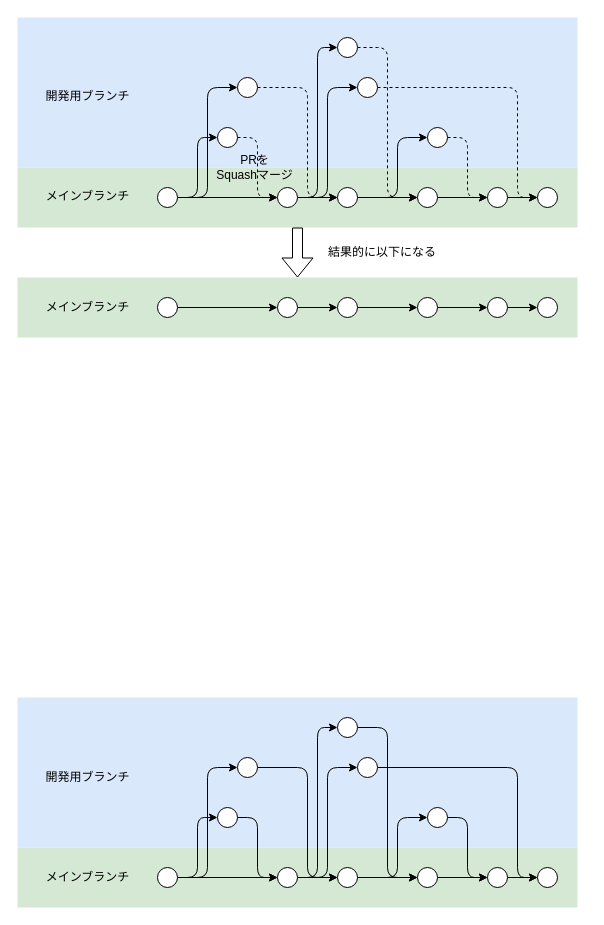
Above: images/mobile-trunk-based-release-strategy/development-flow.drawio in shotaIDE/zenn (draw.io), before the change. Source tidied: cells renumbered, new cells numbered last; positions are measured from the earlier drawing's top-left corner, leaving out a move shared by most shapes. Both pictures are drawn from the tidied source at 100%, with x=0, y=0 at pixel (17, 17).
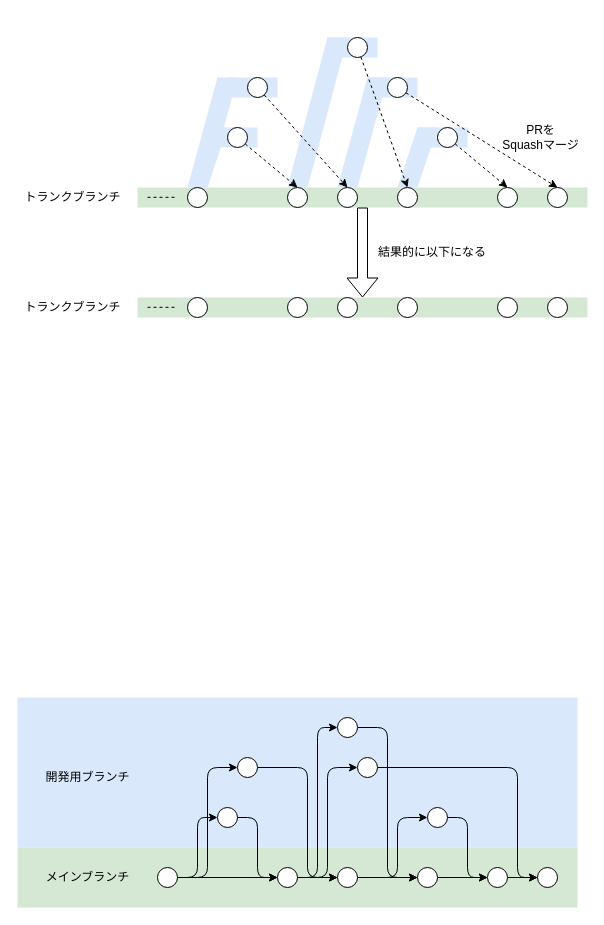
The same page after the edit.

The change refers to these unchanged cells:
```xml
<mxCell id="26" style="ellipse;whiteSpace=wrap;html=1;" parent="1" vertex="1">
  <mxGeometry x="320" y="170" width="20" height="20" as="geometry" />
</mxCell>
<mxCell id="70" style="ellipse;whiteSpace=wrap;html=1;" parent="1" vertex="1">
  <mxGeometry x="320" y="280" width="20" height="20" as="geometry" />
</mxCell>
```

Change to the diagram source:
```diff
@@
+    <mxCell id="3" style="rounded=0;whiteSpace=wrap;html=1;fillColor=#d5e8d4;strokeColor=none;" parent="1" vertex="1">
+      <mxGeometry x="120" y="170" width="450" height="20" as="geometry" />
+    </mxCell>
+    <mxCell id="78" style="group;" parent="1" vertex="1">
+      <mxGeometry x="380" y="110" width="70" height="60" as="geometry" />
+    </mxCell>
+    <mxCell id="79" style="rounded=0;whiteSpace=wrap;html=1;fillColor=#dae8fc;strokeColor=none;" parent="78" vertex="1">
+      <mxGeometry x="20" width="50" height="20" as="geometry" />
+    </mxCell>
+    <mxCell id="80" style="shape=parallelogram;perimeter=parallelogramPerimeter;whiteSpace=wrap;html=1;fixedSize=1;fillColor=#dae8fc;strokeColor=none;" parent="78" vertex="1">
+      <mxGeometry width="40" height="60" as="geometry" />
+    </mxCell>
+    <mxCell id="81" style="group;" parent="1" vertex="1">
+      <mxGeometry x="320" y="60" width="80" height="110" as="geometry" />
+    </mxCell>
+    <mxCell id="82" style="rounded=0;whiteSpace=wrap;html=1;fillColor=#dae8fc;strokeColor=none;" parent="81" vertex="1">
+      <mxGeometry x="30" width="50" height="20" as="geometry" />
+    </mxCell>
+    <mxCell id="83" style="shape=parallelogram;perimeter=parallelogramPerimeter;whiteSpace=wrap;html=1;fixedSize=1;fillColor=#dae8fc;strokeColor=none;size=30;" parent="81" vertex="1">
+      <mxGeometry width="50" height="110" as="geometry" />
+    </mxCell>
+    <mxCell id="84" style="group;" parent="1" vertex="1">
+      <mxGeometry x="270" y="20" width="90" height="150" as="geometry" />
+    </mxCell>
+    <mxCell id="85" style="rounded=0;whiteSpace=wrap;html=1;fillColor=#dae8fc;strokeColor=none;" parent="84" vertex="1">
+      <mxGeometry x="40" width="50" height="20" as="geometry" />
+    </mxCell>
+    <mxCell id="86" style="shape=parallelogram;perimeter=parallelogramPerimeter;whiteSpace=wrap;html=1;fixedSize=1;fillColor=#dae8fc;strokeColor=none;size=40;" parent="84" vertex="1">
+      <mxGeometry width="60" height="150" as="geometry" />
+    </mxCell>
+    <mxCell id="87" style="group;" parent="1" vertex="1">
+      <mxGeometry x="170" y="110" width="70" height="60" as="geometry" />
+    </mxCell>
-    <mxCell id="2" style="rounded=0;whiteSpace=wrap;html=1;fillColor=#dae8fc;strokeColor=none;" parent="1" vertex="1">
-      <mxGeometry width="560" height="150" as="geometry" />
+    <mxCell id="2" style="rounded=0;whiteSpace=wrap;html=1;fillColor=#dae8fc;strokeColor=none;" parent="87" vertex="1">
+      <mxGeometry x="20" width="50" height="20" as="geometry" />
     </mxCell>
-    <mxCell id="3" style="rounded=0;whiteSpace=wrap;html=1;fillColor=#d5e8d4;strokeColor=none;" parent="1" vertex="1">
-      <mxGeometry y="150" width="560" height="60" as="geometry" />
-    </mxCell>
-    <mxCell id="4" style="edgeStyle=orthogonalEdgeStyle;rounded=0;jettySize=auto;html=1;entryX=0;entryY=0.5;entryDx=0;entryDy=0;" parent="1" edge="1" source="7" target="13">
-      <mxGeometry relative="1" as="geometry" />
-    </mxCell>
-    <mxCell id="5" style="edgeStyle=orthogonalEdgeStyle;rounded=1;jettySize=auto;html=1;entryX=0;entryY=0.5;entryDx=0;entryDy=0;curved=0;" parent="1" edge="1" source="7" target="9">
-      <mxGeometry relative="1" as="geometry" />
-    </mxCell>
-    <mxCell id="6" style="edgeStyle=orthogonalEdgeStyle;rounded=1;jettySize=auto;html=1;entryX=0;entryY=0.5;entryDx=0;entryDy=0;curved=0;" parent="1" edge="1" source="7" target="19">
-      <mxGeometry relative="1" as="geometry" />
-    </mxCell>
+    <mxCell id="88" style="shape=parallelogram;perimeter=parallelogramPerimeter;whiteSpace=wrap;html=1;fixedSize=1;fillColor=#dae8fc;strokeColor=none;" parent="87" vertex="1">
+      <mxGeometry width="40" height="60" as="geometry" />
+    </mxCell>
+    <mxCell id="89" style="group;" parent="1" vertex="1">
+      <mxGeometry x="170" y="60" width="90" height="110" as="geometry" />
+    </mxCell>
+    <mxCell id="90" style="rounded=0;whiteSpace=wrap;html=1;fillColor=#dae8fc;strokeColor=none;" parent="89" vertex="1">
+      <mxGeometry x="40" width="50" height="20" as="geometry" />
+    </mxCell>
+    <mxCell id="91" style="shape=parallelogram;perimeter=parallelogramPerimeter;whiteSpace=wrap;html=1;fixedSize=1;fillColor=#dae8fc;strokeColor=none;size=30;" parent="89" vertex="1">
+      <mxGeometry width="50" height="110" as="geometry" />
+    </mxCell>
     <mxCell id="7" style="ellipse;whiteSpace=wrap;html=1;" parent="1" vertex="1">
-      <mxGeometry x="140" y="170" width="20" height="20" as="geometry" />
+      <mxGeometry x="170" y="170" width="20" height="20" as="geometry" />
     </mxCell>
-    <mxCell id="8" style="edgeStyle=orthogonalEdgeStyle;rounded=1;jettySize=auto;html=1;entryX=0;entryY=0.5;entryDx=0;entryDy=0;curved=0;dashed=1;" parent="1" edge="1" source="9" target="13">
+    <mxCell id="8" style="rounded=0;jettySize=auto;html=1;entryX=0.5;entryY=0;entryDx=0;entryDy=0;dashed=1;" parent="1" edge="1" source="9" target="13">
       <mxGeometry relative="1" as="geometry" />
     </mxCell>
     <mxCell id="9" style="ellipse;whiteSpace=wrap;html=1;" parent="1" vertex="1">
-      <mxGeometry x="200" y="110" width="20" height="20" as="geometry" />
+      <mxGeometry x="210" y="110" width="20" height="20" as="geometry" />
     </mxCell>
-    <mxCell id="10" style="edgeStyle=orthogonalEdgeStyle;rounded=1;jettySize=auto;html=1;entryX=0;entryY=0.5;entryDx=0;entryDy=0;curved=0;" parent="1" edge="1" source="13" target="21">
-      <mxGeometry relative="1" as="geometry" />
-    </mxCell>
-    <mxCell id="11" style="edgeStyle=orthogonalEdgeStyle;rounded=0;jettySize=auto;html=1;entryX=0;entryY=0.5;entryDx=0;entryDy=0;" parent="1" edge="1" source="13" target="26">
-      <mxGeometry relative="1" as="geometry" />
-    </mxCell>
-    <mxCell id="12" style="edgeStyle=orthogonalEdgeStyle;rounded=1;jettySize=auto;html=1;entryX=0;entryY=0.5;entryDx=0;entryDy=0;curved=0;" parent="1" edge="1" source="13" target="28">
-      <mxGeometry relative="1" as="geometry" />
-    </mxCell>
     <mxCell id="13" style="ellipse;whiteSpace=wrap;html=1;" parent="1" vertex="1">
-      <mxGeometry x="260" y="170" width="20" height="20" as="geometry" />
+      <mxGeometry x="270" y="170" width="20" height="20" as="geometry" />
     </mxCell>
-    <mxCell id="14" style="edgeStyle=orthogonalEdgeStyle;rounded=0;jettySize=auto;html=1;" parent="1" edge="1" source="15" target="17">
-      <mxGeometry relative="1" as="geometry" />
-    </mxCell>
     <mxCell id="15" style="ellipse;whiteSpace=wrap;html=1;" parent="1" vertex="1">
-      <mxGeometry x="400" y="170" width="20" height="20" as="geometry" />
+      <mxGeometry x="380" y="170" width="20" height="20" as="geometry" />
     </mxCell>
-    <mxCell id="16" style="edgeStyle=orthogonalEdgeStyle;rounded=0;jettySize=auto;html=1;" parent="1" edge="1" source="17" target="29">
-      <mxGeometry relative="1" as="geometry" />
-    </mxCell>
     <mxCell id="17" style="ellipse;whiteSpace=wrap;html=1;" parent="1" vertex="1">
-      <mxGeometry x="470" y="170" width="20" height="20" as="geometry" />
+      <mxGeometry x="480" y="170" width="20" height="20" as="geometry" />
     </mxCell>
-    <mxCell id="18" style="edgeStyle=orthogonalEdgeStyle;rounded=1;jettySize=auto;html=1;entryX=0;entryY=0.5;entryDx=0;entryDy=0;curved=0;dashed=1;" parent="1" edge="1" source="19" target="26">
-      <mxGeometry relative="1" as="geometry">
-        <Array as="points">
-          <mxPoint x="290" y="70" />
-          <mxPoint x="290" y="180" />
-        </Array>
-      </mxGeometry>
+    <mxCell id="18" style="rounded=1;jettySize=auto;html=1;entryX=0.5;entryY=0;entryDx=0;entryDy=0;dashed=1;" parent="1" edge="1" source="19" target="26">
+      <mxGeometry relative="1" as="geometry" />
     </mxCell>
     <mxCell id="19" style="ellipse;whiteSpace=wrap;html=1;" parent="1" vertex="1">
-      <mxGeometry x="220" y="60" width="20" height="20" as="geometry" />
+      <mxGeometry x="230" y="60" width="20" height="20" as="geometry" />
     </mxCell>
-    <mxCell id="20" style="edgeStyle=orthogonalEdgeStyle;rounded=1;jettySize=auto;html=1;entryX=0;entryY=0.5;entryDx=0;entryDy=0;curved=0;dashed=1;" parent="1" edge="1" source="21" target="15">
-      <mxGeometry relative="1" as="geometry" />
-    </mxCell>
     <mxCell id="21" style="ellipse;whiteSpace=wrap;html=1;" parent="1" vertex="1">
-      <mxGeometry x="320" y="20" width="20" height="20" as="geometry" />
+      <mxGeometry x="330" y="20" width="20" height="20" as="geometry" />
     </mxCell>
-    <mxCell id="22" style="edgeStyle=orthogonalEdgeStyle;rounded=1;jettySize=auto;html=1;entryX=0;entryY=0.5;entryDx=0;entryDy=0;curved=0;dashed=1;" parent="1" edge="1" source="23" target="17">
+    <mxCell id="22" style="rounded=1;jettySize=auto;html=1;entryX=0.5;entryY=0;entryDx=0;entryDy=0;dashed=1;" parent="1" edge="1" source="23" target="17">
       <mxGeometry relative="1" as="geometry" />
     </mxCell>
     <mxCell id="23" style="ellipse;whiteSpace=wrap;html=1;" parent="1" vertex="1">
-      <mxGeometry x="410" y="110" width="20" height="20" as="geometry" />
+      <mxGeometry x="420" y="110" width="20" height="20" as="geometry" />
     </mxCell>
-    <mxCell id="24" style="edgeStyle=orthogonalEdgeStyle;rounded=1;jettySize=auto;html=1;entryX=0;entryY=0.5;entryDx=0;entryDy=0;curved=0;" parent="1" edge="1" source="26" target="23">
-      <mxGeometry relative="1" as="geometry">
-        <Array as="points">
-          <mxPoint x="380" y="180" />
-          <mxPoint x="380" y="120" />
-        </Array>
-      </mxGeometry>
-    </mxCell>
-    <mxCell id="25" style="edgeStyle=orthogonalEdgeStyle;rounded=0;jettySize=auto;html=1;entryX=0;entryY=0.5;entryDx=0;entryDy=0;" parent="1" edge="1" source="26" target="15">
-      <mxGeometry relative="1" as="geometry" />
-    </mxCell>
@@
-    <mxCell id="27" style="edgeStyle=orthogonalEdgeStyle;rounded=1;jettySize=auto;html=1;entryX=0;entryY=0.5;entryDx=0;entryDy=0;curved=0;dashed=1;" parent="1" edge="1" source="28" target="29">
-      <mxGeometry relative="1" as="geometry">
-        <Array as="points">
-          <mxPoint x="500" y="70" />
-          <mxPoint x="500" y="180" />
-        </Array>
-      </mxGeometry>
+    <mxCell id="27" style="rounded=1;jettySize=auto;html=1;entryX=0.5;entryY=0;entryDx=0;entryDy=0;dashed=1;" parent="1" edge="1" source="28" target="29">
+      <mxGeometry relative="1" as="geometry" />
     </mxCell>
     <mxCell id="28" style="ellipse;whiteSpace=wrap;html=1;" parent="1" vertex="1">
-      <mxGeometry x="340" y="60" width="20" height="20" as="geometry" />
+      <mxGeometry x="370" y="60" width="20" height="20" as="geometry" />
     </mxCell>
     <mxCell id="29" style="ellipse;whiteSpace=wrap;html=1;" parent="1" vertex="1">
-      <mxGeometry x="520" y="170" width="20" height="20" as="geometry" />
+      <mxGeometry x="530" y="170" width="20" height="20" as="geometry" />
     </mxCell>
@@
     <mxCell id="60" style="rounded=0;whiteSpace=wrap;html=1;fillColor=#d5e8d4;strokeColor=none;" parent="1" vertex="1">
-      <mxGeometry y="260" width="560" height="60" as="geometry" />
+      <mxGeometry x="120" y="280" width="450" height="20" as="geometry" />
     </mxCell>
-    <mxCell id="61" style="edgeStyle=orthogonalEdgeStyle;rounded=0;jettySize=auto;html=1;entryX=0;entryY=0.5;entryDx=0;entryDy=0;" parent="1" edge="1" source="62" target="64">
-      <mxGeometry relative="1" as="geometry" />
-    </mxCell>
     <mxCell id="62" style="ellipse;whiteSpace=wrap;html=1;" parent="1" vertex="1">
-      <mxGeometry x="140" y="280" width="20" height="20" as="geometry" />
+      <mxGeometry x="170" y="280" width="20" height="20" as="geometry" />
     </mxCell>
-    <mxCell id="63" style="edgeStyle=orthogonalEdgeStyle;rounded=0;jettySize=auto;html=1;entryX=0;entryY=0.5;entryDx=0;entryDy=0;" parent="1" edge="1" source="64" target="70">
-      <mxGeometry relative="1" as="geometry" />
-    </mxCell>
     <mxCell id="64" style="ellipse;whiteSpace=wrap;html=1;" parent="1" vertex="1">
-      <mxGeometry x="260" y="280" width="20" height="20" as="geometry" />
+      <mxGeometry x="270" y="280" width="20" height="20" as="geometry" />
     </mxCell>
-    <mxCell id="65" style="edgeStyle=orthogonalEdgeStyle;rounded=0;jettySize=auto;html=1;" parent="1" edge="1" source="66" target="68">
-      <mxGeometry relative="1" as="geometry" />
-    </mxCell>
     <mxCell id="66" style="ellipse;whiteSpace=wrap;html=1;" parent="1" vertex="1">
-      <mxGeometry x="400" y="280" width="20" height="20" as="geometry" />
+      <mxGeometry x="380" y="280" width="20" height="20" as="geometry" />
     </mxCell>
-    <mxCell id="67" style="edgeStyle=orthogonalEdgeStyle;rounded=0;jettySize=auto;html=1;" parent="1" edge="1" source="68" target="71">
-      <mxGeometry relative="1" as="geometry" />
-    </mxCell>
     <mxCell id="68" style="ellipse;whiteSpace=wrap;html=1;" parent="1" vertex="1">
-      <mxGeometry x="470" y="280" width="20" height="20" as="geometry" />
+      <mxGeometry x="480" y="280" width="20" height="20" as="geometry" />
     </mxCell>
-    <mxCell id="69" style="edgeStyle=orthogonalEdgeStyle;rounded=0;jettySize=auto;html=1;entryX=0;entryY=0.5;entryDx=0;entryDy=0;" parent="1" edge="1" source="70" target="66">
-      <mxGeometry relative="1" as="geometry" />
-    </mxCell>
@@
     <mxCell id="71" style="ellipse;whiteSpace=wrap;html=1;" parent="1" vertex="1">
-      <mxGeometry x="520" y="280" width="20" height="20" as="geometry" />
+      <mxGeometry x="530" y="280" width="20" height="20" as="geometry" />
     </mxCell>
-    <mxCell id="72" value="メインブランチ" style="text;html=1;strokeColor=none;fillColor=none;align=center;verticalAlign=middle;whiteSpace=wrap;rounded=0;" parent="1" vertex="1">
-      <mxGeometry x="14.5" y="278.8" width="111" height="22.5" as="geometry" />
+    <mxCell id="72" value="トランクブランチ" style="text;html=1;strokeColor=none;fillColor=none;align=center;verticalAlign=middle;whiteSpace=wrap;rounded=0;" parent="1" vertex="1">
+      <mxGeometry y="278.8" width="111" height="22.5" as="geometry" />
     </mxCell>
@@
     <mxCell id="74" value="結果的に以下になる" style="text;html=1;align=center;verticalAlign=middle;whiteSpace=wrap;rounded=0;" parent="1" vertex="1">
-      <mxGeometry x="300" y="220" width="130" height="30" as="geometry" />
+      <mxGeometry x="350" y="220" width="130" height="30" as="geometry" />
     </mxCell>
-    <mxCell id="75" value="開発用ブランチ" style="text;html=1;strokeColor=none;fillColor=none;align=center;verticalAlign=middle;whiteSpace=wrap;rounded=0;" parent="1" vertex="1">
-      <mxGeometry x="19.5" y="68.8" width="101" height="20" as="geometry" />
-    </mxCell>
-    <mxCell id="76" value="メインブランチ" style="text;html=1;strokeColor=none;fillColor=none;align=center;verticalAlign=middle;whiteSpace=wrap;rounded=0;" parent="1" vertex="1">
-      <mxGeometry x="14.5" y="167.5" width="111" height="22.5" as="geometry" />
+    <mxCell id="76" value="トランクブランチ" style="text;html=1;strokeColor=none;fillColor=none;align=center;verticalAlign=middle;whiteSpace=wrap;rounded=0;" parent="1" vertex="1">
+      <mxGeometry y="168.8" width="111" height="22.5" as="geometry" />
     </mxCell>
     <mxCell id="77" value="PRを&lt;div&gt;Squashマージ&lt;/div&gt;" style="text;html=1;align=center;verticalAlign=middle;whiteSpace=wrap;rounded=0;" parent="1" vertex="1">
-      <mxGeometry x="190" y="130" width="94.5" height="40" as="geometry" />
+      <mxGeometry x="475.5" y="100" width="94.5" height="40" as="geometry" />
     </mxCell>
+    <mxCell id="20" style="rounded=1;jettySize=auto;html=1;entryX=0.5;entryY=0;entryDx=0;entryDy=0;dashed=1;" parent="1" edge="1" source="21" target="15">
+      <mxGeometry relative="1" as="geometry" />
+    </mxCell>
+    <mxCell id="92" style="endArrow=none;html=1;rounded=0;dashed=1;" parent="1" edge="1">
+      <mxGeometry relative="1" as="geometry">
+        <mxPoint x="130" y="179.8" as="sourcePoint" />
+        <mxPoint x="160" y="179.8" as="targetPoint" />
+      </mxGeometry>
+    </mxCell>
+    <mxCell id="93" style="endArrow=none;html=1;rounded=0;dashed=1;" parent="1" edge="1">
+      <mxGeometry relative="1" as="geometry">
+        <mxPoint x="130" y="289.8" as="sourcePoint" />
+        <mxPoint x="160" y="289.8" as="targetPoint" />
+      </mxGeometry>
+    </mxCell>
```
